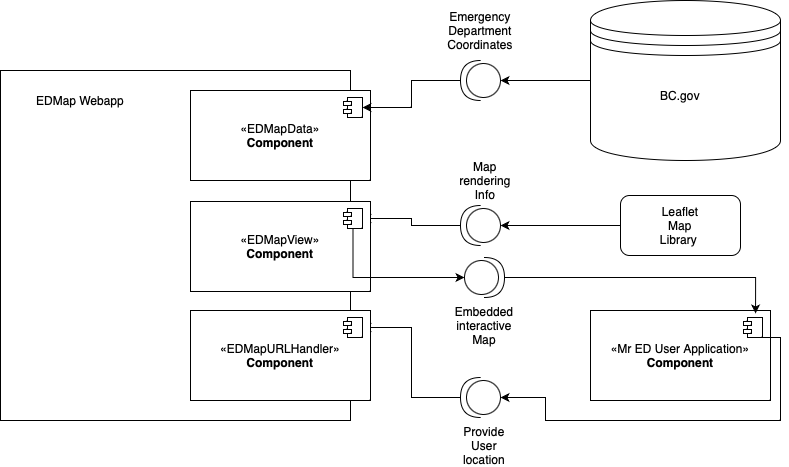
uvic-teach/project-m1-team9 keeps this draw.io diagram as Assets/MapService_C&C_Diagram.png. Above is the earlier version. Source tidied: cells renumbered, new cells last; positions are measured from the earlier drawing's top-left corner, leaving out a move shared by most shapes.
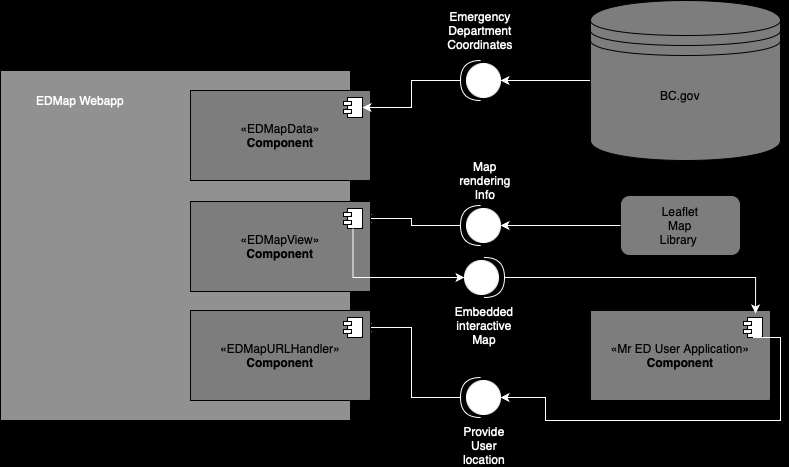
The same file after the commit.

Change to the diagram source:
```diff
@@ -1,8 +1,8 @@
-<mxGraphModel>
+<mxGraphModel background="#000000">
   <root>
     <mxCell id="0" />
     <mxCell id="1" parent="0" />
-    <mxCell id="2" value="«Mr ED User Application»&lt;br&gt;&lt;b&gt;Component&lt;/b&gt;" style="html=1;whiteSpace=wrap;" parent="1" vertex="1">
+    <mxCell id="2" value="«Mr ED User Application»&lt;br&gt;&lt;b&gt;Component&lt;/b&gt;" style="html=1;whiteSpace=wrap;fillColor=#7D7D7D;" parent="1" vertex="1">
       <mxGeometry x="590" y="310" width="180" height="90" as="geometry" />
     </mxCell>
     <mxCell id="3" style="shape=module;jettyWidth=8;jettyHeight=4;" parent="2" vertex="1">
@@ -10,13 +10,13 @@
         <mxPoint x="-27" y="7" as="offset" />
       </mxGeometry>
     </mxCell>
-    <mxCell id="4" style="whiteSpace=wrap;html=1;" parent="1" vertex="1">
+    <mxCell id="4" style="whiteSpace=wrap;html=1;labelBackgroundColor=none;fillColor=#919191;" parent="1" vertex="1">
       <mxGeometry y="70" width="350" height="350" as="geometry" />
     </mxCell>
-    <mxCell id="5" value="EDMap Webapp" style="text;html=1;strokeColor=none;fillColor=none;align=center;verticalAlign=middle;whiteSpace=wrap;rounded=0;" parent="1" vertex="1">
+    <mxCell id="5" value="&lt;font color=&quot;#ffffff&quot;&gt;EDMap Webapp&lt;/font&gt;" style="text;html=1;strokeColor=none;fillColor=none;align=center;verticalAlign=middle;whiteSpace=wrap;rounded=0;" parent="1" vertex="1">
       <mxGeometry x="10" y="80" width="140" height="40" as="geometry" />
     </mxCell>
-    <mxCell id="6" value="«EDMapData»&lt;br&gt;&lt;b&gt;Component&lt;/b&gt;" style="html=1;whiteSpace=wrap;" parent="1" vertex="1">
+    <mxCell id="6" value="«EDMapData»&lt;br&gt;&lt;b&gt;Component&lt;/b&gt;" style="html=1;whiteSpace=wrap;fillColor=#7D7D7D;" parent="1" vertex="1">
       <mxGeometry x="190" y="90" width="180" height="90" as="geometry" />
     </mxCell>
     <mxCell id="7" style="shape=module;jettyWidth=8;jettyHeight=4;" parent="6" vertex="1">
@@ -24,28 +24,28 @@
         <mxPoint x="-27" y="7" as="offset" />
       </mxGeometry>
     </mxCell>
-    <mxCell id="8" style="edgeStyle=orthogonalEdgeStyle;rounded=0;jettySize=auto;html=1;" parent="1" edge="1" source="9" target="11">
+    <mxCell id="8" style="edgeStyle=orthogonalEdgeStyle;rounded=0;jettySize=auto;html=1;strokeColor=#FFFFFF;" parent="1" edge="1" source="9" target="11">
       <mxGeometry relative="1" as="geometry" />
     </mxCell>
-    <mxCell id="9" style="shape=datastore;whiteSpace=wrap;html=1;" parent="1" vertex="1">
+    <mxCell id="9" style="shape=datastore;whiteSpace=wrap;html=1;fillColor=#7D7D7D;" parent="1" vertex="1">
       <mxGeometry x="590" width="190" height="160" as="geometry" />
     </mxCell>
-    <mxCell id="10" style="edgeStyle=orthogonalEdgeStyle;rounded=0;jettySize=auto;html=1;" parent="1" edge="1" source="11" target="7">
+    <mxCell id="10" style="edgeStyle=orthogonalEdgeStyle;rounded=0;jettySize=auto;html=1;strokeColor=#FFFFFF;" parent="1" edge="1" source="11" target="7">
       <mxGeometry relative="1" as="geometry" />
     </mxCell>
-    <mxCell id="11" style="shape=providedRequiredInterface;html=1;verticalLabelPosition=bottom;sketch=0;rotation=-180;" parent="1" vertex="1">
+    <mxCell id="11" style="shape=providedRequiredInterface;html=1;verticalLabelPosition=bottom;sketch=0;rotation=-180;fontColor=#FFFFFF;strokeColor=#FFFFFF;" parent="1" vertex="1">
       <mxGeometry x="460" y="60" width="40" height="40" as="geometry" />
     </mxCell>
-    <mxCell id="12" value="Emergency Department Coordinates" style="text;html=1;strokeColor=none;fillColor=none;align=center;verticalAlign=middle;whiteSpace=wrap;rounded=0;" parent="1" vertex="1">
+    <mxCell id="12" value="Emergency Department Coordinates" style="text;html=1;strokeColor=none;fillColor=none;align=center;verticalAlign=middle;whiteSpace=wrap;rounded=0;fontColor=#FFFFFF;" parent="1" vertex="1">
       <mxGeometry x="445" y="10" width="70" height="40" as="geometry" />
     </mxCell>
-    <mxCell id="13" style="edgeStyle=orthogonalEdgeStyle;rounded=0;jettySize=auto;html=1;exitX=1;exitY=0.5;exitDx=0;exitDy=0;exitPerimeter=0;entryX=1;entryY=0.5;entryDx=0;entryDy=0;" parent="1" edge="1" source="14" target="20">
+    <mxCell id="13" style="edgeStyle=orthogonalEdgeStyle;rounded=0;jettySize=auto;html=1;exitX=1;exitY=0.5;exitDx=0;exitDy=0;exitPerimeter=0;entryX=1;entryY=0.5;entryDx=0;entryDy=0;strokeColor=#FFFFFF;" parent="1" edge="1" source="14" target="20">
       <mxGeometry relative="1" as="geometry" />
     </mxCell>
-    <mxCell id="14" style="shape=providedRequiredInterface;html=1;verticalLabelPosition=bottom;sketch=0;rotation=-180;" parent="1" vertex="1">
+    <mxCell id="14" style="shape=providedRequiredInterface;html=1;verticalLabelPosition=bottom;sketch=0;rotation=-180;fillColor=default;strokeColor=#FFFFFF;" parent="1" vertex="1">
       <mxGeometry x="460" y="205" width="40" height="40" as="geometry" />
     </mxCell>
-    <mxCell id="15" style="rounded=1;whiteSpace=wrap;html=1;" parent="1" vertex="1">
+    <mxCell id="15" style="rounded=1;whiteSpace=wrap;html=1;fillColor=#7D7D7D;" parent="1" vertex="1">
       <mxGeometry x="620" y="195" width="120" height="60" as="geometry" />
     </mxCell>
     <mxCell id="16" value="BC.gov" style="text;html=1;strokeColor=none;fillColor=none;align=center;verticalAlign=middle;whiteSpace=wrap;rounded=0;" parent="1" vertex="1">
@@ -54,10 +54,10 @@
     <mxCell id="17" value="Leaflet Map Library&amp;nbsp;" style="text;html=1;strokeColor=none;fillColor=none;align=center;verticalAlign=middle;whiteSpace=wrap;rounded=0;" parent="1" vertex="1">
       <mxGeometry x="650" y="210" width="60" height="30" as="geometry" />
     </mxCell>
-    <mxCell id="18" style="edgeStyle=orthogonalEdgeStyle;rounded=0;jettySize=auto;html=1;exitX=0;exitY=0.5;exitDx=0;exitDy=0;entryX=0;entryY=0.5;entryDx=0;entryDy=0;entryPerimeter=0;" parent="1" edge="1" source="15" target="14">
+    <mxCell id="18" style="edgeStyle=orthogonalEdgeStyle;rounded=0;jettySize=auto;html=1;exitX=0;exitY=0.5;exitDx=0;exitDy=0;entryX=0;entryY=0.5;entryDx=0;entryDy=0;entryPerimeter=0;strokeColor=#FFFFFF;" parent="1" edge="1" source="15" target="14">
       <mxGeometry relative="1" as="geometry" />
     </mxCell>
-    <mxCell id="19" value="«EDMapView»&lt;br&gt;&lt;b&gt;Component&lt;/b&gt;" style="html=1;whiteSpace=wrap;" parent="1" vertex="1">
+    <mxCell id="19" value="«EDMapView»&lt;br&gt;&lt;b&gt;Component&lt;/b&gt;" style="html=1;whiteSpace=wrap;fillColor=#7D7D7D;" parent="1" vertex="1">
       <mxGeometry x="190" y="201" width="180" height="90" as="geometry" />
     </mxCell>
     <mxCell id="20" style="shape=module;jettyWidth=8;jettyHeight=4;" parent="19" vertex="1">
@@ -65,28 +65,28 @@
         <mxPoint x="-27" y="7" as="offset" />
       </mxGeometry>
     </mxCell>
-    <mxCell id="21" style="edgeStyle=orthogonalEdgeStyle;rounded=0;jettySize=auto;html=1;exitX=1;exitY=0.5;exitDx=0;exitDy=0;exitPerimeter=0;entryX=0.917;entryY=0.033;entryDx=0;entryDy=0;entryPerimeter=0;" parent="1" edge="1" source="22" target="2">
+    <mxCell id="21" style="edgeStyle=orthogonalEdgeStyle;rounded=0;jettySize=auto;html=1;exitX=1;exitY=0.5;exitDx=0;exitDy=0;exitPerimeter=0;entryX=0.917;entryY=0.033;entryDx=0;entryDy=0;entryPerimeter=0;strokeColor=#FFFFFF;" parent="1" edge="1" source="22" target="2">
       <mxGeometry relative="1" as="geometry" />
     </mxCell>
-    <mxCell id="22" style="shape=providedRequiredInterface;html=1;verticalLabelPosition=bottom;sketch=0;rotation=-180;direction=west;" parent="1" vertex="1">
+    <mxCell id="22" style="shape=providedRequiredInterface;html=1;verticalLabelPosition=bottom;sketch=0;rotation=-180;direction=west;fillColor=#FFFFFF;strokeColor=#FCFCFC;" parent="1" vertex="1">
       <mxGeometry x="464" y="257" width="40" height="40" as="geometry" />
     </mxCell>
-    <mxCell id="23" style="edgeStyle=orthogonalEdgeStyle;rounded=0;jettySize=auto;html=1;exitX=0.5;exitY=1;exitDx=0;exitDy=0;entryX=0;entryY=0.5;entryDx=0;entryDy=0;entryPerimeter=0;" parent="1" edge="1" source="20" target="22">
+    <mxCell id="23" style="edgeStyle=orthogonalEdgeStyle;rounded=0;jettySize=auto;html=1;exitX=0.5;exitY=1;exitDx=0;exitDy=0;entryX=0;entryY=0.5;entryDx=0;entryDy=0;entryPerimeter=0;strokeColor=#FFFFFF;" parent="1" edge="1" source="20" target="22">
       <mxGeometry relative="1" as="geometry" />
     </mxCell>
-    <mxCell id="24" value="Map rendering Info" style="text;html=1;strokeColor=none;fillColor=none;align=center;verticalAlign=middle;whiteSpace=wrap;rounded=0;" parent="1" vertex="1">
+    <mxCell id="24" value="Map rendering Info" style="text;html=1;strokeColor=none;fillColor=none;align=center;verticalAlign=middle;whiteSpace=wrap;rounded=0;fontColor=#FFFFFF;" parent="1" vertex="1">
       <mxGeometry x="455" y="165" width="60" height="30" as="geometry" />
     </mxCell>
-    <mxCell id="25" value="Embedded interactive Map" style="text;html=1;strokeColor=none;fillColor=none;align=center;verticalAlign=middle;whiteSpace=wrap;rounded=0;" parent="1" vertex="1">
+    <mxCell id="25" value="Embedded interactive Map" style="text;html=1;strokeColor=none;fillColor=none;align=center;verticalAlign=middle;whiteSpace=wrap;rounded=0;fontColor=#FFFFFF;" parent="1" vertex="1">
       <mxGeometry x="454" y="310" width="60" height="30" as="geometry" />
     </mxCell>
-    <mxCell id="26" style="edgeStyle=orthogonalEdgeStyle;rounded=0;jettySize=auto;html=1;exitX=1;exitY=0.5;exitDx=0;exitDy=0;exitPerimeter=0;entryX=1;entryY=0.5;entryDx=0;entryDy=0;" parent="1" edge="1" source="27" target="30">
+    <mxCell id="26" style="edgeStyle=orthogonalEdgeStyle;rounded=0;jettySize=auto;html=1;exitX=1;exitY=0.5;exitDx=0;exitDy=0;exitPerimeter=0;entryX=1;entryY=0.5;entryDx=0;entryDy=0;strokeColor=#FFFFFF;" parent="1" edge="1" source="27" target="30">
       <mxGeometry relative="1" as="geometry" />
     </mxCell>
-    <mxCell id="27" style="shape=providedRequiredInterface;html=1;verticalLabelPosition=bottom;sketch=0;rotation=-180;" parent="1" vertex="1">
+    <mxCell id="27" style="shape=providedRequiredInterface;html=1;verticalLabelPosition=bottom;sketch=0;rotation=-180;fillColor=#FFFFFF;strokeColor=#FFFFFF;" parent="1" vertex="1">
       <mxGeometry x="460" y="377" width="40" height="40" as="geometry" />
     </mxCell>
-    <mxCell id="28" style="edgeStyle=orthogonalEdgeStyle;rounded=0;jettySize=auto;html=1;exitX=0.5;exitY=1;exitDx=0;exitDy=0;entryX=0;entryY=0.5;entryDx=0;entryDy=0;entryPerimeter=0;" parent="1" edge="1" source="3" target="27">
+    <mxCell id="28" style="edgeStyle=orthogonalEdgeStyle;rounded=0;jettySize=auto;html=1;exitX=0.5;exitY=1;exitDx=0;exitDy=0;entryX=0;entryY=0.5;entryDx=0;entryDy=0;entryPerimeter=0;strokeColor=#FFFFFF;" parent="1" edge="1" source="3" target="27">
       <mxGeometry relative="1" as="geometry">
         <Array as="points">
           <mxPoint x="780" y="337" />
@@ -96,7 +96,7 @@
         </Array>
       </mxGeometry>
     </mxCell>
-    <mxCell id="29" value="«EDMapURLHandler»&lt;br&gt;&lt;b&gt;Component&lt;/b&gt;" style="html=1;whiteSpace=wrap;" parent="1" vertex="1">
+    <mxCell id="29" value="«EDMapURLHandler»&lt;br&gt;&lt;b&gt;Component&lt;/b&gt;" style="html=1;whiteSpace=wrap;fillColor=#7D7D7D;" parent="1" vertex="1">
       <mxGeometry x="190" y="310" width="180" height="90" as="geometry" />
     </mxCell>
     <mxCell id="30" style="shape=module;jettyWidth=8;jettyHeight=4;" parent="29" vertex="1">
@@ -104,7 +104,7 @@
         <mxPoint x="-27" y="7" as="offset" />
       </mxGeometry>
     </mxCell>
-    <mxCell id="31" value="Provide User location" style="text;html=1;strokeColor=none;fillColor=none;align=center;verticalAlign=middle;whiteSpace=wrap;rounded=0;" parent="1" vertex="1">
+    <mxCell id="31" value="Provide User location" style="text;html=1;strokeColor=none;fillColor=none;align=center;verticalAlign=middle;whiteSpace=wrap;rounded=0;fontColor=#FFFFFF;" parent="1" vertex="1">
       <mxGeometry x="454" y="430" width="60" height="30" as="geometry" />
     </mxCell>
   </root>
```
